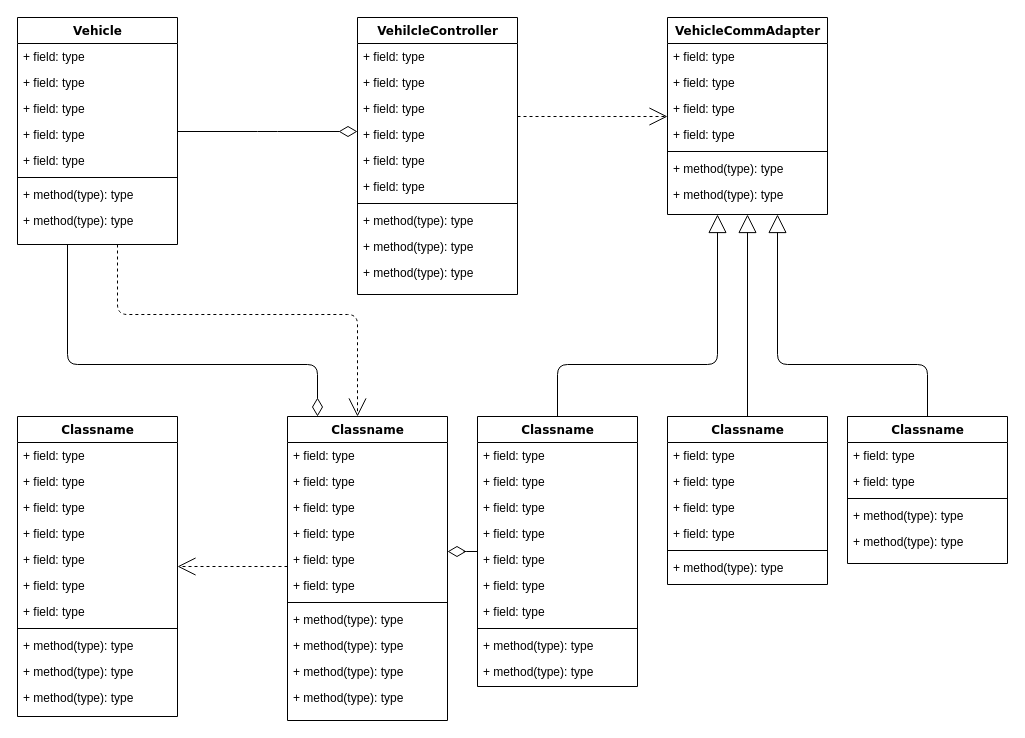
c825503724/fms keeps this draw.io diagram as 架构/功能领域类.drawio. Above is the earlier version. Source tidied: cells renumbered, new cells numbered last; positions are measured from the earlier drawing's top-left corner, leaving out a move shared by most shapes. Both pictures are drawn from the tidied source at 100%, with x=0, y=0 at pixel (17, 17).
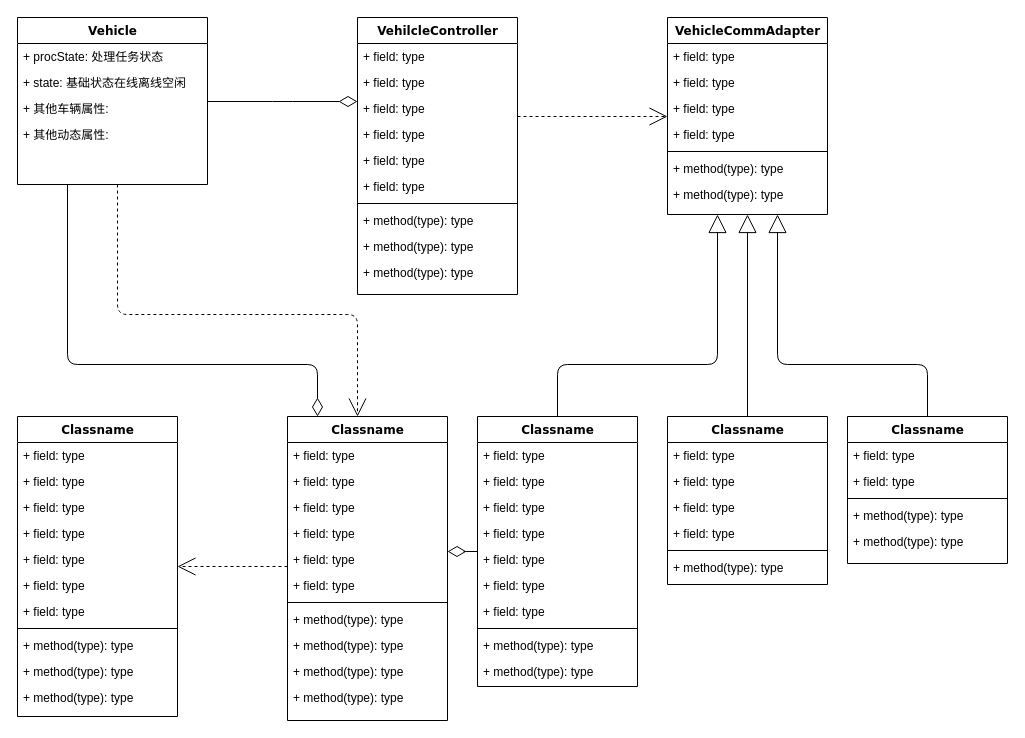
The same page after the edit.

Commit message (it also covers changes not shown here):
更新功能领域类.drawio

What changed in the source:
```diff
@@
     <mxCell id="4" value="Vehicle" style="swimlane;html=1;fontStyle=1;align=center;verticalAlign=top;horizontal=1;startSize=26;swimlaneFillColor=#ffffff;rounded=0;shadow=0;comic=0;labelBackgroundColor=none;strokeWidth=1;fillColor=none;fontFamily=Verdana;fontSize=12;" parent="1" vertex="1">
-      <mxGeometry width="160" height="227" as="geometry" />
+      <mxGeometry width="190" height="167" as="geometry" />
     </mxCell>
-    <mxCell id="5" value="+ field: type" style="text;html=1;strokeColor=none;fillColor=none;align=left;verticalAlign=top;spacingLeft=4;spacingRight=4;whiteSpace=wrap;overflow=hidden;" parent="4" vertex="1">
-      <mxGeometry y="26" width="160" height="26" as="geometry" />
+    <mxCell id="5" value="+ procState: 处理任务状态" style="text;html=1;strokeColor=none;fillColor=none;align=left;verticalAlign=top;spacingLeft=4;spacingRight=4;whiteSpace=wrap;overflow=hidden;" parent="4" vertex="1">
+      <mxGeometry y="26" width="190" height="26" as="geometry" />
     </mxCell>
-    <mxCell id="6" value="+ field: type" style="text;html=1;strokeColor=none;fillColor=none;align=left;verticalAlign=top;spacingLeft=4;spacingRight=4;whiteSpace=wrap;overflow=hidden;" parent="4" vertex="1">
-      <mxGeometry y="52" width="160" height="26" as="geometry" />
+    <mxCell id="6" value="+ state: 基础状态在线离线空闲" style="text;html=1;strokeColor=none;fillColor=none;align=left;verticalAlign=top;spacingLeft=4;spacingRight=4;whiteSpace=wrap;overflow=hidden;" parent="4" vertex="1">
+      <mxGeometry y="52" width="190" height="26" as="geometry" />
     </mxCell>
-    <mxCell id="7" value="+ field: type" style="text;html=1;strokeColor=none;fillColor=none;align=left;verticalAlign=top;spacingLeft=4;spacingRight=4;whiteSpace=wrap;overflow=hidden;" parent="4" vertex="1">
-      <mxGeometry y="78" width="160" height="26" as="geometry" />
+    <mxCell id="7" value="+ 其他车辆属性:&amp;nbsp;" style="text;html=1;strokeColor=none;fillColor=none;align=left;verticalAlign=top;spacingLeft=4;spacingRight=4;whiteSpace=wrap;overflow=hidden;" parent="4" vertex="1">
+      <mxGeometry y="78" width="190" height="26" as="geometry" />
     </mxCell>
-    <mxCell id="8" value="+ field: type" style="text;html=1;strokeColor=none;fillColor=none;align=left;verticalAlign=top;spacingLeft=4;spacingRight=4;whiteSpace=wrap;overflow=hidden;" parent="4" vertex="1">
-      <mxGeometry y="104" width="160" height="26" as="geometry" />
+    <mxCell id="8" value="+ 其他动态属性:&amp;nbsp;" style="text;html=1;strokeColor=none;fillColor=none;align=left;verticalAlign=top;spacingLeft=4;spacingRight=4;whiteSpace=wrap;overflow=hidden;" parent="4" vertex="1">
+      <mxGeometry y="104" width="190" height="26" as="geometry" />
     </mxCell>
-    <mxCell id="9" value="+ field: type" style="text;html=1;strokeColor=none;fillColor=none;align=left;verticalAlign=top;spacingLeft=4;spacingRight=4;whiteSpace=wrap;overflow=hidden;" parent="4" vertex="1">
-      <mxGeometry y="130" width="160" height="26" as="geometry" />
-    </mxCell>
-    <mxCell id="10" style="line;html=1;strokeWidth=1;fillColor=none;align=left;verticalAlign=middle;spacingTop=-1;spacingLeft=3;spacingRight=3;labelPosition=right;" parent="4" vertex="1">
-      <mxGeometry y="156" width="160" height="8" as="geometry" />
-    </mxCell>
-    <mxCell id="11" value="+ method(type): type" style="text;html=1;strokeColor=none;fillColor=none;align=left;verticalAlign=top;spacingLeft=4;spacingRight=4;whiteSpace=wrap;overflow=hidden;" parent="4" vertex="1">
-      <mxGeometry y="164" width="160" height="26" as="geometry" />
-    </mxCell>
-    <mxCell id="12" value="+ method(type): type" style="text;html=1;strokeColor=none;fillColor=none;align=left;verticalAlign=top;spacingLeft=4;spacingRight=4;whiteSpace=wrap;overflow=hidden;" parent="4" vertex="1">
-      <mxGeometry y="190" width="160" height="26" as="geometry" />
-    </mxCell>
```
